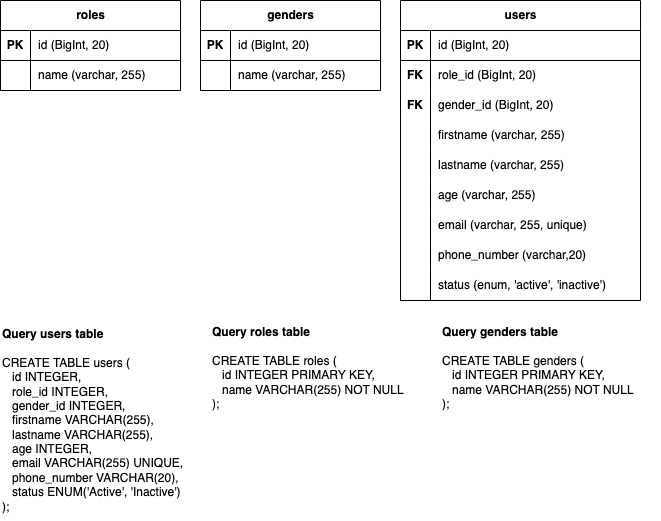
This is sql-task.drawio.png from antoniluthfi/tugas-sql-normalization-3nf, a draw.io export, as it was before one commit. Source tidied: cells renumbered, new cells last; positions are measured from the earlier drawing's top-left corner, leaving out a move shared by most shapes.
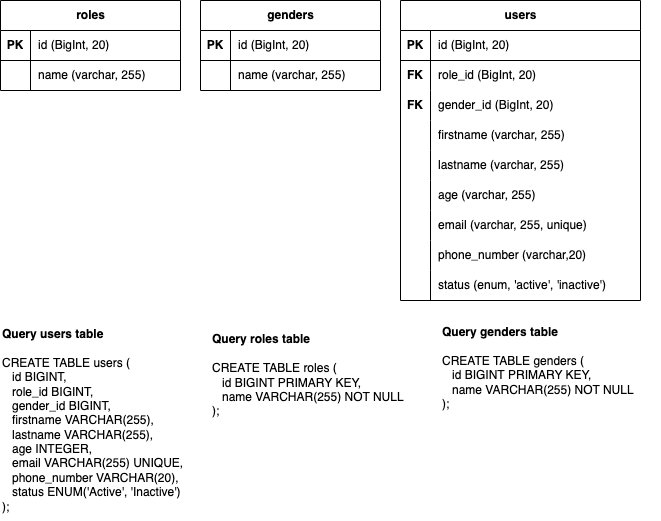
Above is the later version.

The edit, as a diff of the source:
```diff
@@ -134,14 +134,14 @@
     <mxCell id="45" value="FK" style="shape=partialRectangle;fillColor=none;top=0;left=0;bottom=0;right=0;fontStyle=1;overflow=hidden;whiteSpace=wrap;html=1;" parent="1" vertex="1">
       <mxGeometry x="400" y="90" width="30" height="30" as="geometry" />
     </mxCell>
-    <mxCell id="46" value="&lt;b&gt;Query users table&lt;/b&gt;&lt;br&gt;&lt;br&gt;&lt;div&gt;CREATE TABLE users (&lt;/div&gt;&lt;div&gt;&amp;nbsp; &amp;nbsp;id INTEGER,&lt;/div&gt;&lt;div&gt;&amp;nbsp; &amp;nbsp;role_id INTEGER,&lt;/div&gt;&lt;div&gt;&amp;nbsp; &amp;nbsp;gender_id INTEGER,&lt;/div&gt;&lt;div&gt;&amp;nbsp; &amp;nbsp;firstname VARCHAR(255),&lt;/div&gt;&lt;div&gt;&amp;nbsp; &amp;nbsp;lastname VARCHAR(255),&lt;/div&gt;&lt;div&gt;&amp;nbsp; &amp;nbsp;age INTEGER,&lt;/div&gt;&lt;div&gt;&amp;nbsp; &amp;nbsp;email VARCHAR(255) UNIQUE,&lt;/div&gt;&lt;div&gt;&amp;nbsp; &amp;nbsp;phone_number VARCHAR(20),&lt;/div&gt;&lt;div&gt;&amp;nbsp; &amp;nbsp;status ENUM('Active', 'Inactive')&lt;/div&gt;&lt;div&gt;);&lt;/div&gt;" style="text;html=1;align=left;verticalAlign=middle;strokeColor=none;fillColor=none;" parent="1" vertex="1">
-      <mxGeometry y="320" width="200" height="200" as="geometry" />
-    </mxCell>
-    <mxCell id="47" value="&lt;b&gt;Query roles table&lt;/b&gt;&lt;br&gt;&lt;br&gt;&lt;div&gt;&lt;div&gt;CREATE TABLE roles (&lt;/div&gt;&lt;div&gt;&amp;nbsp; &amp;nbsp;id INTEGER PRIMARY KEY,&lt;/div&gt;&lt;div&gt;&amp;nbsp; &amp;nbsp;name VARCHAR(255) NOT NULL&lt;/div&gt;&lt;div&gt;);&lt;/div&gt;&lt;/div&gt;&lt;div&gt;&lt;br&gt;&lt;/div&gt;" style="text;html=1;align=left;verticalAlign=middle;strokeColor=none;fillColor=none;" parent="1" vertex="1">
-      <mxGeometry x="210" y="320" width="220" height="110" as="geometry" />
-    </mxCell>
-    <mxCell id="48" value="&lt;b&gt;Query genders table&lt;/b&gt;&lt;br&gt;&lt;br&gt;&lt;div&gt;&lt;div&gt;CREATE TABLE genders (&lt;/div&gt;&lt;div&gt;&amp;nbsp; &amp;nbsp;id INTEGER PRIMARY KEY,&lt;/div&gt;&lt;div&gt;&amp;nbsp; &amp;nbsp;name VARCHAR(255) NOT NULL&lt;/div&gt;&lt;div&gt;);&lt;/div&gt;&lt;/div&gt;&lt;div&gt;&lt;br&gt;&lt;/div&gt;" style="text;html=1;align=left;verticalAlign=middle;strokeColor=none;fillColor=none;" parent="1" vertex="1">
-      <mxGeometry x="440" y="320" width="220" height="110" as="geometry" />
-    </mxCell>
+    <mxCell id="49" value="&lt;b&gt;Query users table&lt;/b&gt;&lt;br&gt;&lt;br&gt;&lt;div&gt;CREATE TABLE users (&lt;/div&gt;&lt;div&gt;&amp;nbsp; &amp;nbsp;id BIGINT,&lt;/div&gt;&lt;div&gt;&amp;nbsp; &amp;nbsp;role_id BIGINT,&lt;/div&gt;&lt;div&gt;&amp;nbsp; &amp;nbsp;gender_id BIGINT,&lt;/div&gt;&lt;div&gt;&amp;nbsp; &amp;nbsp;firstname VARCHAR(255),&lt;/div&gt;&lt;div&gt;&amp;nbsp; &amp;nbsp;lastname VARCHAR(255),&lt;/div&gt;&lt;div&gt;&amp;nbsp; &amp;nbsp;age INTEGER,&lt;/div&gt;&lt;div&gt;&amp;nbsp; &amp;nbsp;email VARCHAR(255) UNIQUE,&lt;/div&gt;&lt;div&gt;&amp;nbsp; &amp;nbsp;phone_number VARCHAR(20),&lt;/div&gt;&lt;div&gt;&amp;nbsp; &amp;nbsp;status ENUM('Active', 'Inactive')&lt;/div&gt;&lt;div&gt;);&lt;/div&gt;" style="text;html=1;align=left;verticalAlign=middle;strokeColor=none;fillColor=none;" parent="1" vertex="1">
+      <mxGeometry y="320" width="200" height="200" as="geometry" />
+    </mxCell>
+    <mxCell id="50" value="&lt;b&gt;Query roles table&lt;/b&gt;&lt;br&gt;&lt;br&gt;&lt;div&gt;&lt;div&gt;CREATE TABLE roles (&lt;/div&gt;&lt;div&gt;&amp;nbsp; &amp;nbsp;id BIGINT PRIMARY KEY,&lt;/div&gt;&lt;div&gt;&amp;nbsp; &amp;nbsp;name VARCHAR(255) NOT NULL&lt;/div&gt;&lt;div&gt;);&lt;/div&gt;&lt;/div&gt;" style="text;html=1;align=left;verticalAlign=middle;strokeColor=none;fillColor=none;" parent="1" vertex="1">
+      <mxGeometry x="210" y="325" width="220" height="100" as="geometry" />
+    </mxCell>
+    <mxCell id="51" value="&lt;b&gt;Query genders table&lt;/b&gt;&lt;br&gt;&lt;br&gt;&lt;div&gt;&lt;div&gt;CREATE TABLE genders (&lt;/div&gt;&lt;div&gt;&amp;nbsp; &amp;nbsp;id BIGINT&amp;nbsp;PRIMARY KEY,&lt;/div&gt;&lt;div&gt;&amp;nbsp; &amp;nbsp;name VARCHAR(255) NOT NULL&lt;/div&gt;&lt;div&gt;);&lt;/div&gt;&lt;/div&gt;&lt;div&gt;&lt;br&gt;&lt;/div&gt;" style="text;html=1;align=left;verticalAlign=middle;strokeColor=none;fillColor=none;" parent="1" vertex="1">
+      <mxGeometry x="440" y="320" width="220" height="110" as="geometry" />
+    </mxCell>
   </root>
 </mxGraphModel>
```
